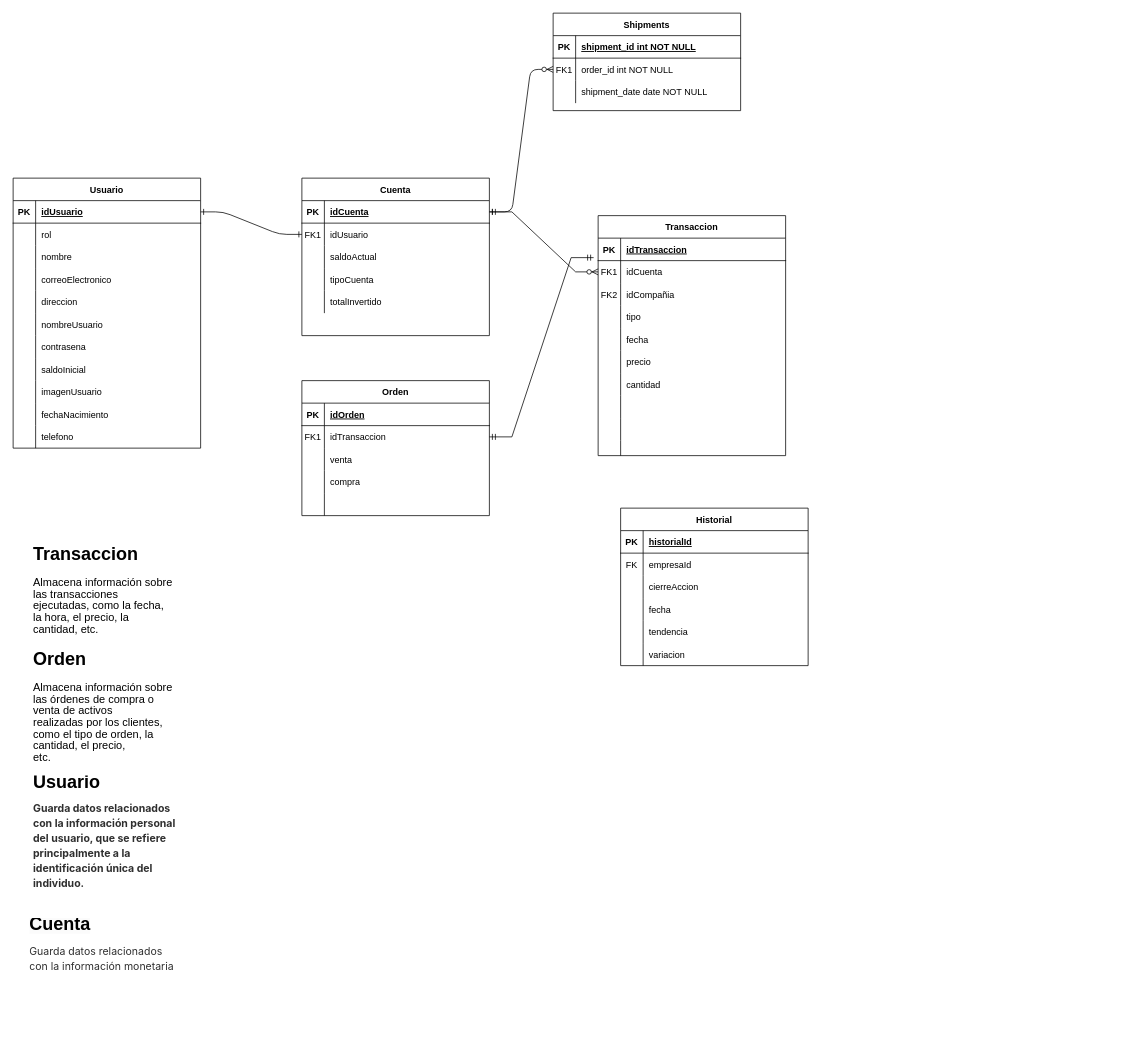
Before: Documentación/Diagrama-del-Modelo-Relacional.drawio in INNOVAcodersISPC/ARGBroker, a draw.io diagram. Source tidied: cells renumbered, new cells numbered last; positions are measured from the earlier drawing's top-left corner, leaving out a move shared by most shapes. Both pictures are drawn from the tidied source at 75%, with x=0, y=0 at pixel (13, 13).
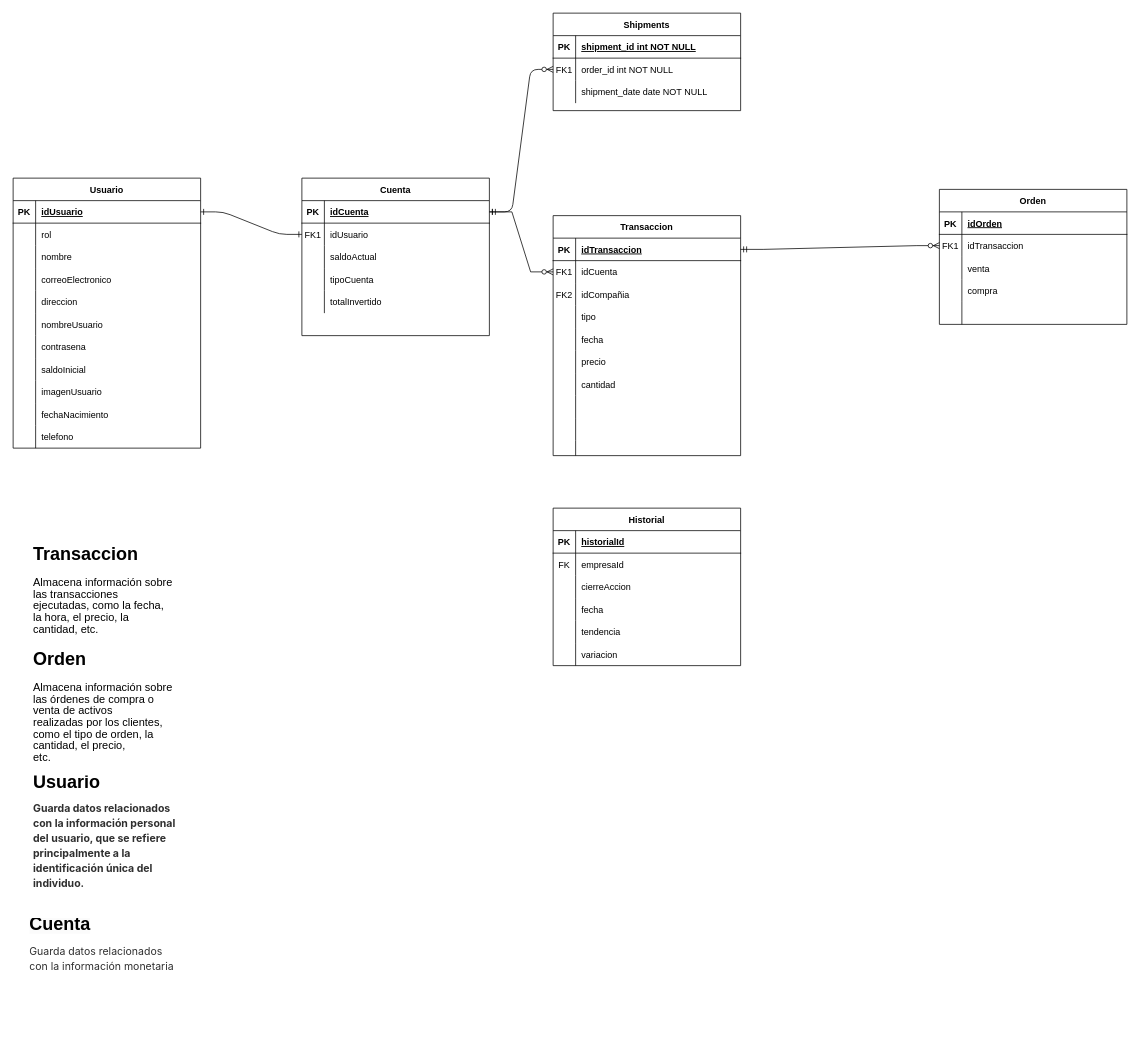
After the change.

Commit message:
refactor diagrama relacional

The change refers to these unchanged cells:
```xml
<mxCell id="84" style="shape=partialRectangle;fillColor=none;points=[[0,0.5],[1,0.5]];portConstraint=eastwest;top=0;left=0;right=0;bottom=1;" parent="83" vertex="1">
  <mxGeometry y="30" width="250" height="30" as="geometry" />
</mxCell>
<mxCell id="119" style="shape=partialRectangle;fillColor=none;points=[[0,0.5],[1,0.5]];portConstraint=eastwest;top=0;left=0;right=0;bottom=0;" parent="115" vertex="1">
  <mxGeometry y="60" width="250" height="30" as="geometry" />
</mxCell>
```

What changed in the source:
```diff
@@
     <mxCell id="64" value="Historial" style="shape=table;startSize=30;childLayout=tableLayout;rowLines=0;fontStyle=1;align=center;" parent="1" vertex="1">
-      <mxGeometry x="810" y="660" width="250" height="210" as="geometry" />
+      <mxGeometry x="720" y="660" width="250" height="210" as="geometry" />
     </mxCell>
@@
     <mxCell id="83" value="Transaccion" style="shape=table;startSize=30;childLayout=tableLayout;rowLines=0;fontStyle=1;align=center;" parent="1" vertex="1">
-      <mxGeometry x="780" y="270" width="250" height="320" as="geometry" />
+      <mxGeometry x="720" y="270" width="250" height="320" as="geometry" />
     </mxCell>
@@
     <mxCell id="115" value="Orden" style="shape=table;startSize=30;childLayout=tableLayout;rowLines=0;fontStyle=1;align=center;" parent="1" vertex="1">
-      <mxGeometry x="385" y="490" width="250" height="180" as="geometry" />
+      <mxGeometry x="1235" y="235" width="250" height="180" as="geometry" />
     </mxCell>
@@
-    <mxCell id="132" style="edgeStyle=entityRelationEdgeStyle;fontSize=12;html=1;endArrow=ERmandOne;startArrow=ERmandOne;rounded=0;entryX=-0.024;entryY=0.867;entryDx=0;entryDy=0;entryPerimeter=0;" parent="1" edge="1" source="119" target="84">
-      <mxGeometry relative="1" as="geometry" />
-    </mxCell>
@@
+    <mxCell id="136" style="edgeStyle=entityRelationEdgeStyle;fontSize=12;html=1;endArrow=ERzeroToMany;startArrow=ERmandOne;rounded=0;entryX=0;entryY=0.5;entryDx=0;entryDy=0;exitX=1;exitY=0.5;exitDx=0;exitDy=0;" parent="1" edge="1" source="84" target="119">
+      <mxGeometry relative="1" as="geometry" />
+    </mxCell>
```
